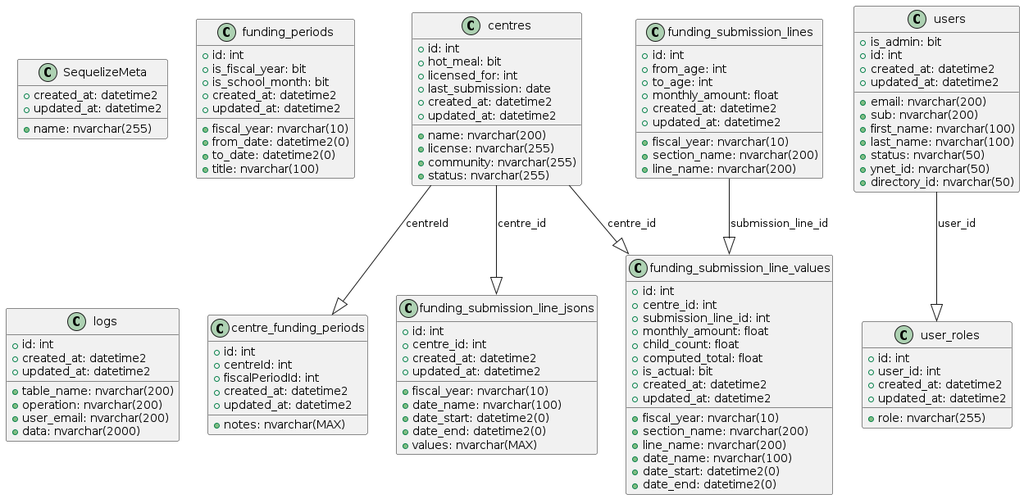
ytgov/elcc-data-management keeps this PlantUML diagram as Design/Entity Relationship Diagrams.png. Above is the earlier version. Source of this version:
```plantuml
@startuml

class "SequelizeMeta" {
  +name: nvarchar(255)
  +created_at: datetime2
  +updated_at: datetime2
}

class "centres" {
  +id: int
  +name: nvarchar(200)
  +license: nvarchar(255)
  +community: nvarchar(255)
  +status: nvarchar(255)
  +hot_meal: bit
  +licensed_for: int
  +last_submission: date
  +created_at: datetime2
  +updated_at: datetime2
}

class "funding_periods" {
  +id: int
  +fiscal_year: nvarchar(10)
  +from_date: datetime2(0)
  +to_date: datetime2(0)
  +title: nvarchar(100)
  +is_fiscal_year: bit
  +is_school_month: bit
  +created_at: datetime2
  +updated_at: datetime2
}

class "funding_submission_lines" {
  +id: int
  +fiscal_year: nvarchar(10)
  +section_name: nvarchar(200)
  +line_name: nvarchar(200)
  +from_age: int
  +to_age: int
  +monthly_amount: float
  +created_at: datetime2
  +updated_at: datetime2
}

class "logs" {
  +id: int
  +table_name: nvarchar(200)
  +operation: nvarchar(200)
  +user_email: nvarchar(200)
  +data: nvarchar(2000)
  +created_at: datetime2
  +updated_at: datetime2
}

class "users" {
  +email: nvarchar(200)
  +sub: nvarchar(200)
  +first_name: nvarchar(100)
  +last_name: nvarchar(100)
  +status: nvarchar(50)
  +is_admin: bit
  +ynet_id: nvarchar(50)
  +directory_id: nvarchar(50)
  +id: int
  +created_at: datetime2
  +updated_at: datetime2
}

class "centre_funding_periods" {
  +id: int
  +centreId: int
  +fiscalPeriodId: int
  +notes: nvarchar(MAX)
  +created_at: datetime2
  +updated_at: datetime2
}

class "funding_submission_line_jsons" {
  +id: int
  +centre_id: int
  +fiscal_year: nvarchar(10)
  +date_name: nvarchar(100)
  +date_start: datetime2(0)
  +date_end: datetime2(0)
  +values: nvarchar(MAX)
  +created_at: datetime2
  +updated_at: datetime2
}

class "funding_submission_line_values" {
  +id: int
  +centre_id: int
  +submission_line_id: int
  +fiscal_year: nvarchar(10)
  +section_name: nvarchar(200)
  +line_name: nvarchar(200)
  +monthly_amount: float
  +date_name: nvarchar(100)
  +date_start: datetime2(0)
  +date_end: datetime2(0)
  +child_count: float
  +computed_total: float
  +is_actual: bit
  +created_at: datetime2
  +updated_at: datetime2
}

class "user_roles" {
  +role: nvarchar(255)
  +id: int
  +user_id: int
  +created_at: datetime2
  +updated_at: datetime2
}

"centres" --|> "centre_funding_periods" : centreId
"centres" --|> "funding_submission_line_jsons" : centre_id
"centres" --|> "funding_submission_line_values" : centre_id
"funding_submission_lines" --|> "funding_submission_line_values" : submission_line_id
"users" --|> "user_roles" : user_id

@enduml
```
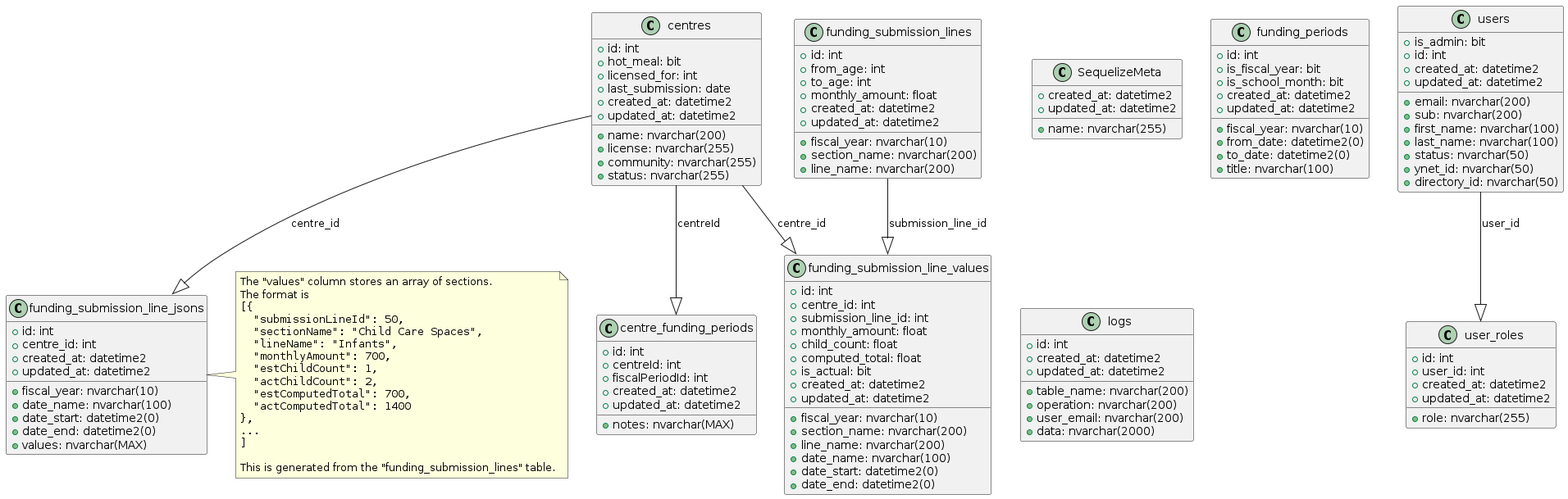
The same file after the commit.

Commit message:
:tophat: Add note about funding_submission_line_jsons#values field.

What changed in the source:
```diff
@@ -88,6 +88,27 @@
   +updated_at: datetime2
 }
 
+note right of "funding_submission_line_jsons"
+  The "values" column stores an array of sections.
+  The format is
+  <code>
+  [{
+    "submissionLineId": 50,
+    "sectionName": "Child Care Spaces",
+    "lineName": "Infants",
+    "monthlyAmount": 700,
+    "estChildCount": 1,
+    "actChildCount": 2,
+    "estComputedTotal": 700,
+    "actComputedTotal": 1400
+  },
+  ...
+  ]
+  </code>
+
+  This is generated from the "funding_submission_lines" table.
+end note
+
 class "funding_submission_line_values" {
   +id: int
   +centre_id: int
```
